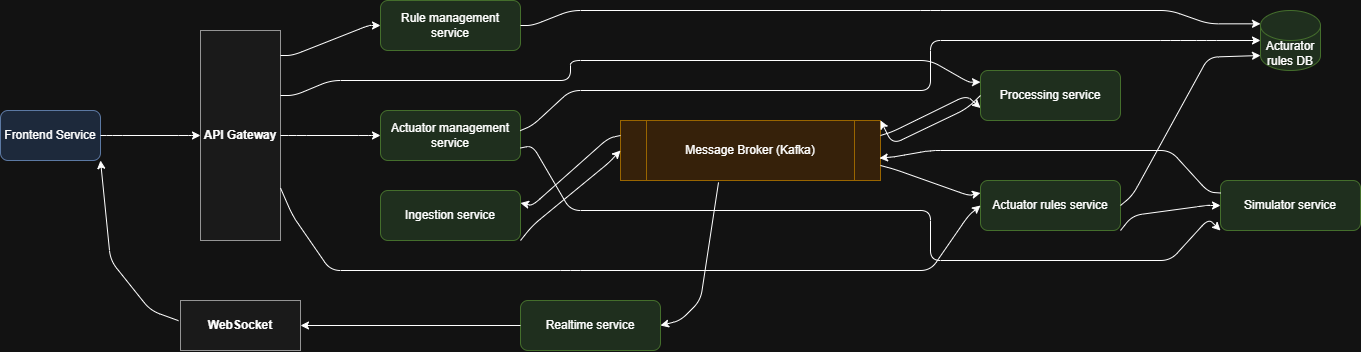
Earlier version of the draw.io export booklets/system_architecture.png (Teoz00/1883499_SACS). Source tidied: cells renumbered, new cells last; positions are measured from the earlier drawing's top-left corner, leaving out a move shared by most shapes.
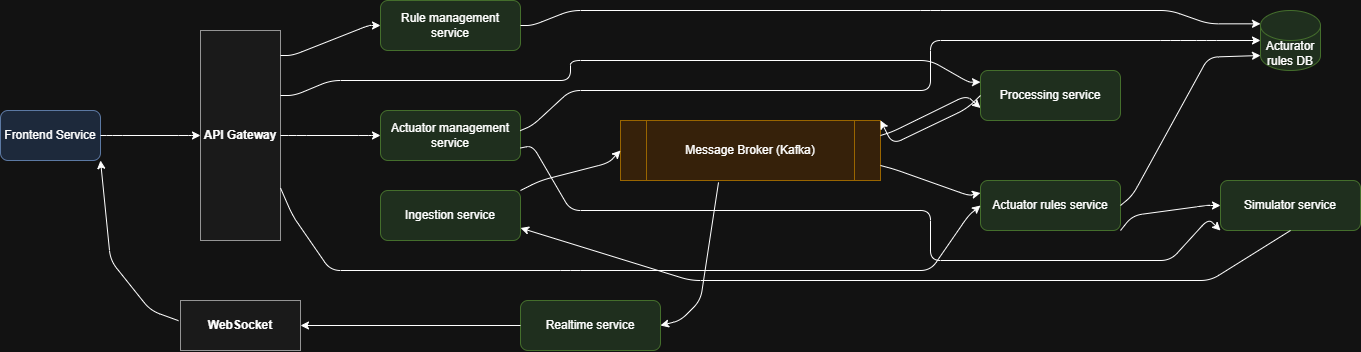
After the commit.

Commit message:
architecture correct

Diff of the diagram source:
```diff
@@ -71,10 +71,10 @@
         </Array>
       </mxGeometry>
     </mxCell>
-    <mxCell id="14" style="exitX=1;exitY=1;exitDx=0;exitDy=0;entryX=0;entryY=0.5;entryDx=0;entryDy=0;noEdgeStyle=1;orthogonal=1;" parent="1" edge="1" source="6" target="8">
+    <mxCell id="14" style="exitX=1;exitY=0;exitDx=0;exitDy=0;entryX=0;entryY=0.5;entryDx=0;entryDy=0;noEdgeStyle=1;orthogonal=1;" parent="1" edge="1" source="6" target="8">
       <mxGeometry relative="1" as="geometry">
         <Array as="points">
-          <mxPoint x="532" y="225" />
+          <mxPoint x="540" y="180" />
           <mxPoint x="608" y="162.5" />
         </Array>
       </mxGeometry>
@@ -82,16 +82,6 @@
     <mxCell id="15" value="Simulator service" style="rounded=1;whiteSpace=wrap;html=1;fillColor=#d5e8d4;strokeColor=#82b366;" parent="1" vertex="1">
       <mxGeometry x="1220" y="180" width="140" height="50" as="geometry" />
     </mxCell>
-    <mxCell id="16" style="entryX=0.996;entryY=0.628;entryDx=0;entryDy=0;entryPerimeter=0;exitX=0;exitY=0.25;exitDx=0;exitDy=0;noEdgeStyle=1;orthogonal=1;" parent="1" edge="1" source="15" target="8">
-      <mxGeometry relative="1" as="geometry">
-        <Array as="points">
-          <mxPoint x="1208" y="191.7" />
-          <mxPoint x="1170" y="150" />
-          <mxPoint x="930" y="150" />
-          <mxPoint x="894" y="156.2" />
-        </Array>
-      </mxGeometry>
-    </mxCell>
     <mxCell id="17" value="Actuator rules service" style="rounded=1;whiteSpace=wrap;html=1;fillColor=#d5e8d4;strokeColor=#82b366;" parent="1" vertex="1">
       <mxGeometry x="980" y="180" width="140" height="50" as="geometry" />
     </mxCell>
@@ -118,11 +108,11 @@
     <mxCell id="20" value="Actuator management service" style="rounded=1;whiteSpace=wrap;html=1;fillColor=#d5e8d4;strokeColor=#82b366;" parent="1" vertex="1">
       <mxGeometry x="380" y="110" width="140" height="50" as="geometry" />
     </mxCell>
-    <mxCell id="21" style="entryX=1;entryY=0.25;entryDx=0;entryDy=0;exitX=0;exitY=0.25;exitDx=0;exitDy=0;noEdgeStyle=1;orthogonal=1;" parent="1" edge="1" source="8" target="6">
+    <mxCell id="21" style="entryX=1;entryY=0.75;entryDx=0;entryDy=0;exitX=0.5;exitY=1;exitDx=0;exitDy=0;noEdgeStyle=1;orthogonal=1;" parent="1" edge="1" source="15" target="6">
       <mxGeometry relative="1" as="geometry">
         <Array as="points">
-          <mxPoint x="608" y="137.5" />
-          <mxPoint x="532" y="205" />
+          <mxPoint x="1210" y="280" />
+          <mxPoint x="690" y="280" />
         </Array>
       </mxGeometry>
     </mxCell>
```
